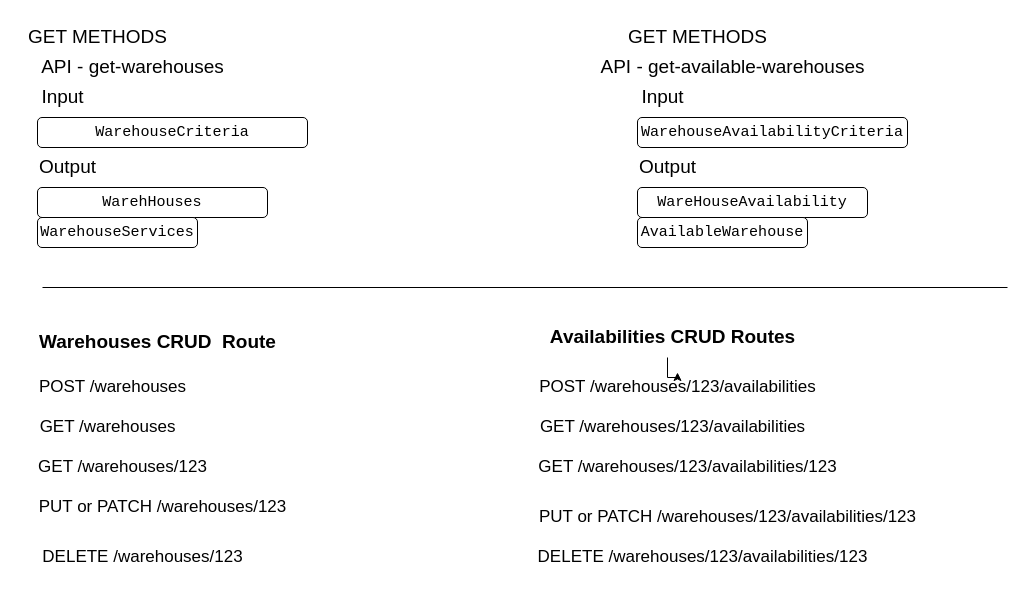
Before: page "warehouse-api" (6 of 10) of Agroconnect.drawio in ramprasad2018/agconnect, a draw.io diagram. Source tidied: cells renumbered, new cells numbered last; positions are measured from the earlier drawing's top-left corner, leaving out a move shared by most shapes. Both pictures are drawn from the tidied source at 100%, with x=0, y=0 at pixel (17, 17).
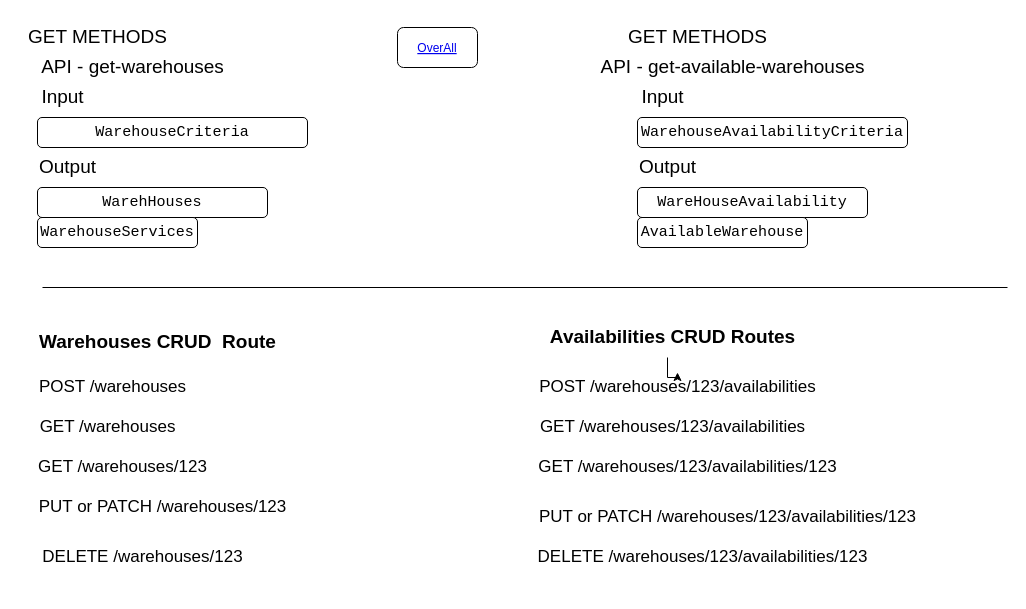
The same diagram, later.

What changed in the source:
```diff
@@
+    <mxCell id="31" value="OverAll" style="fontColor=#0000EE;fontStyle=4;rounded=1;overflow=hidden;spacing=10;" parent="1" vertex="1">
+      <mxGeometry x="380" y="10" width="80" height="40" as="geometry" />
+    </mxCell>
```
